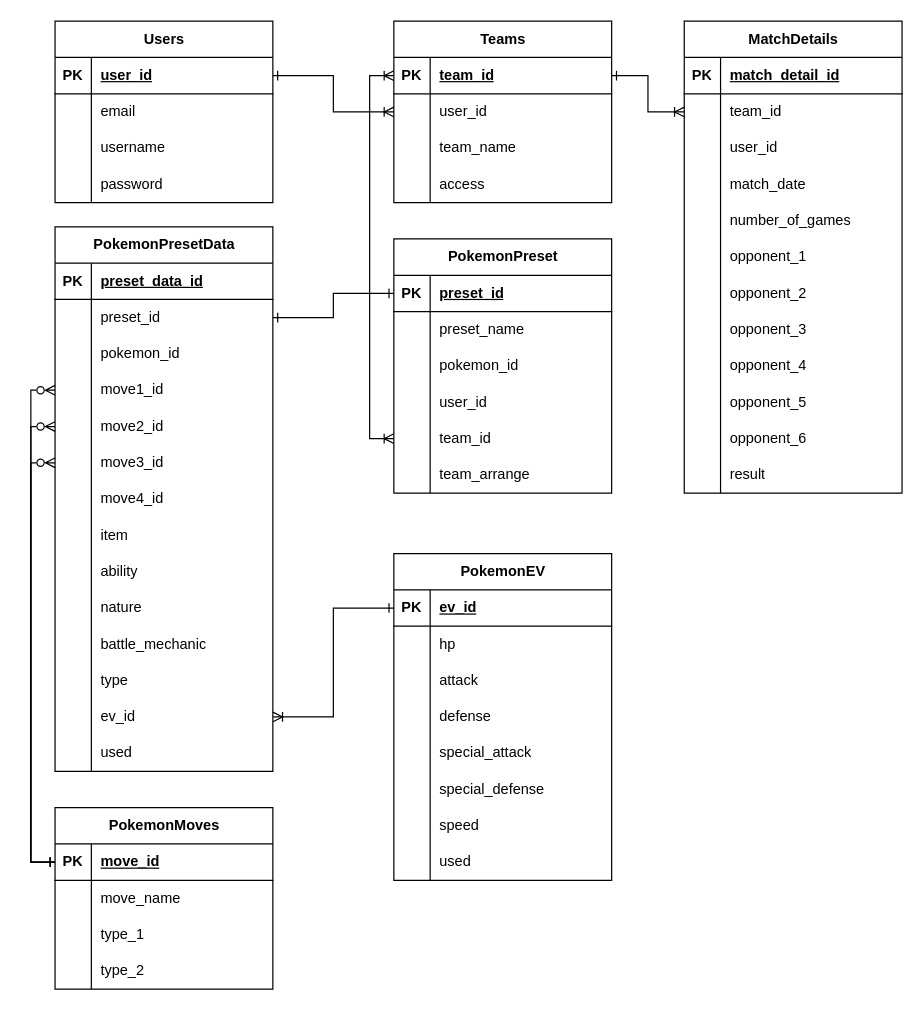
Before: Database/PokeSet_v1.drawio in mawi-delosreyes/PokeSet, a draw.io diagram. Source tidied: cells renumbered, new cells numbered last; positions are measured from the earlier drawing's top-left corner, leaving out a move shared by most shapes. Both pictures are drawn from the tidied source at 121%, with x=0, y=0 at pixel (30, 21).
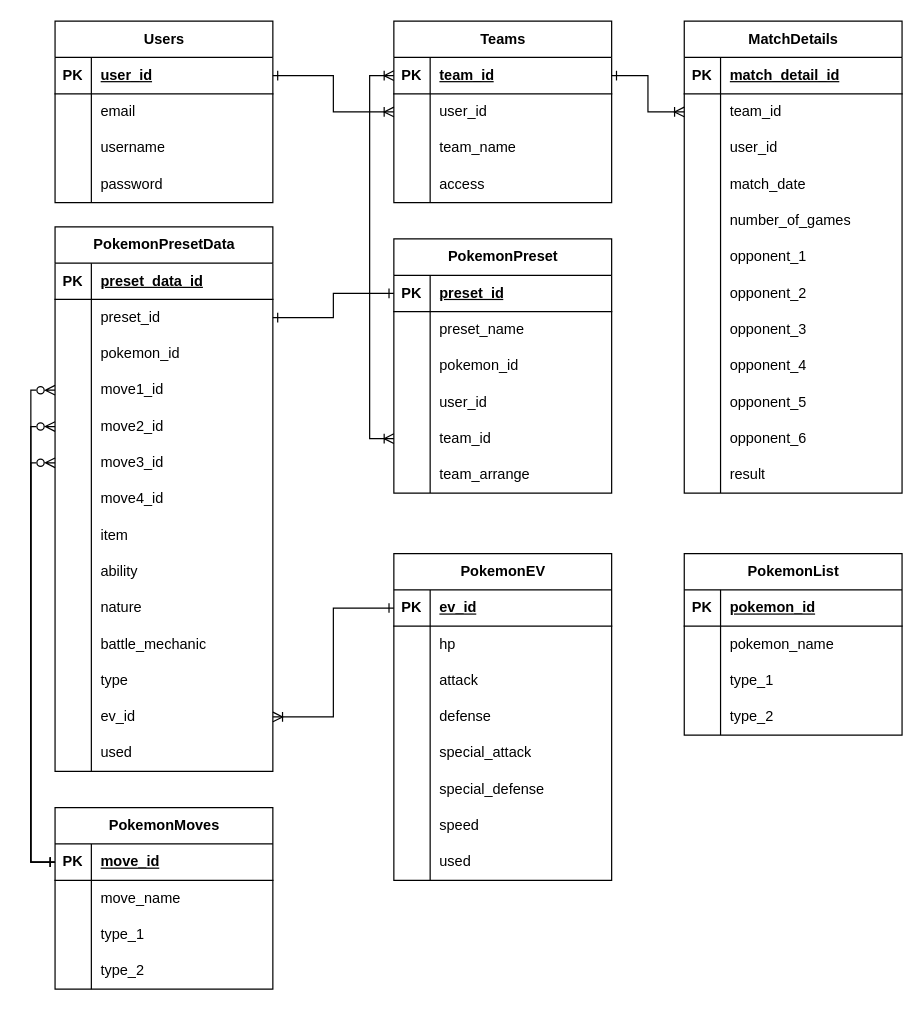
Above is the later version.

Commit message (it also covers changes not shown here):
Added pokemon list to database

Change to the diagram source:
```diff
@@
+    <mxCell id="173" value="PokemonList" style="shape=table;startSize=30;childLayout=tableLayout;rowLines=0;fontStyle=1;align=center;html=1;" parent="1" vertex="1">
+      <mxGeometry x="540" y="440" width="180" height="150" as="geometry" />
+    </mxCell>
+    <mxCell id="174" style="shape=tableRow;horizontal=0;startSize=0;swimlaneHead=0;swimlaneBody=0;fillColor=none;top=0;left=0;right=0;bottom=1;" parent="173" vertex="1">
+      <mxGeometry y="30" width="180" height="30" as="geometry" />
+    </mxCell>
+    <mxCell id="175" value="PK" style="shape=partialRectangle;fillColor=none;top=0;left=0;bottom=0;right=0;fontStyle=1;overflow=hidden;whiteSpace=wrap;html=1;" parent="174" vertex="1">
+      <mxGeometry width="30" height="30" as="geometry" />
+    </mxCell>
+    <mxCell id="176" value="pokemon_id" style="shape=partialRectangle;fillColor=none;top=0;left=0;bottom=0;right=0;align=left;spacingLeft=6;fontStyle=5;overflow=hidden;whiteSpace=wrap;html=1;" parent="174" vertex="1">
+      <mxGeometry x="30" width="150" height="30" as="geometry" />
+    </mxCell>
+    <mxCell id="177" style="shape=tableRow;horizontal=0;startSize=0;swimlaneHead=0;swimlaneBody=0;fillColor=none;top=0;left=0;right=0;bottom=0;" parent="173" vertex="1">
+      <mxGeometry y="60" width="180" height="30" as="geometry" />
+    </mxCell>
+    <mxCell id="178" style="shape=partialRectangle;fillColor=none;top=0;left=0;bottom=0;right=0;overflow=hidden;whiteSpace=wrap;html=1;" parent="177" vertex="1">
+      <mxGeometry width="30" height="30" as="geometry" />
+    </mxCell>
+    <mxCell id="179" value="pokemon_name" style="shape=partialRectangle;fillColor=none;top=0;left=0;bottom=0;right=0;align=left;spacingLeft=6;overflow=hidden;whiteSpace=wrap;html=1;" parent="177" vertex="1">
+      <mxGeometry x="30" width="150" height="30" as="geometry" />
+    </mxCell>
+    <mxCell id="180" style="shape=tableRow;horizontal=0;startSize=0;swimlaneHead=0;swimlaneBody=0;fillColor=none;top=0;left=0;right=0;bottom=0;" parent="173" vertex="1">
+      <mxGeometry y="90" width="180" height="30" as="geometry" />
+    </mxCell>
+    <mxCell id="181" style="shape=partialRectangle;fillColor=none;top=0;left=0;bottom=0;right=0;overflow=hidden;whiteSpace=wrap;html=1;" parent="180" vertex="1">
+      <mxGeometry width="30" height="30" as="geometry" />
+    </mxCell>
+    <mxCell id="182" value="type_1" style="shape=partialRectangle;fillColor=none;top=0;left=0;bottom=0;right=0;align=left;spacingLeft=6;overflow=hidden;whiteSpace=wrap;html=1;" parent="180" vertex="1">
+      <mxGeometry x="30" width="150" height="30" as="geometry" />
+    </mxCell>
+    <mxCell id="183" style="shape=tableRow;horizontal=0;startSize=0;swimlaneHead=0;swimlaneBody=0;fillColor=none;top=0;left=0;right=0;bottom=0;" parent="173" vertex="1">
+      <mxGeometry y="120" width="180" height="30" as="geometry" />
+    </mxCell>
+    <mxCell id="184" style="shape=partialRectangle;fillColor=none;top=0;left=0;bottom=0;right=0;overflow=hidden;whiteSpace=wrap;html=1;" parent="183" vertex="1">
+      <mxGeometry width="30" height="30" as="geometry" />
+    </mxCell>
+    <mxCell id="185" value="type_2" style="shape=partialRectangle;fillColor=none;top=0;left=0;bottom=0;right=0;align=left;spacingLeft=6;overflow=hidden;whiteSpace=wrap;html=1;" parent="183" vertex="1">
+      <mxGeometry x="30" width="150" height="30" as="geometry" />
+    </mxCell>
```
